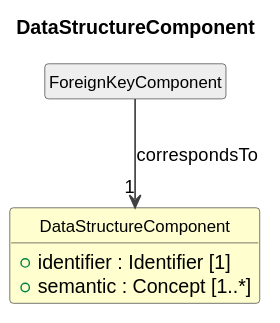
Above: cdif-uml-model/CDIFDataStructure/Classes/DataStructureComponent.svg in Cross-Domain-Interoperability-Framework/metadataBuildingBlocks (PlantUML), before the change.
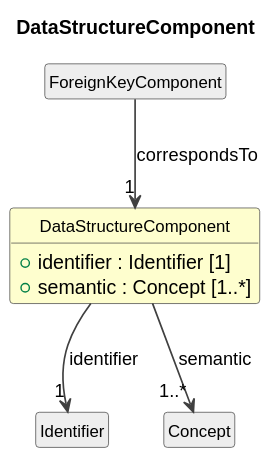
After the commit.

The edit, as a diff of the source:
```diff
@@ -16,4 +16,8 @@
 }
 class "ForeignKeyComponent" as ForeignKeyComponent #EEEEEE
 ForeignKeyComponent --> "1" DataStructureComponent : correspondsTo
+class "Identifier" as Identifier #EEEEEE
+DataStructureComponent --> "1" Identifier : identifier
+class "Concept" as Concept #EEEEEE
+DataStructureComponent --> "1..*" Concept : semantic
 @enduml
```
